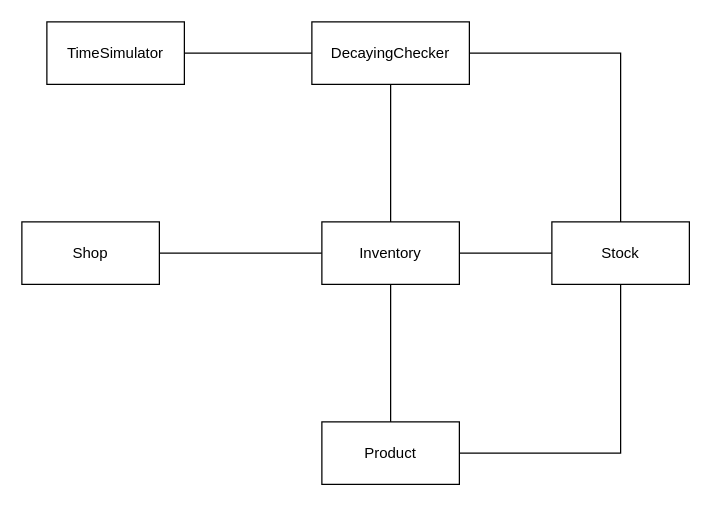
Above: docs/diagrams/DomainModel.drawio in MintBee/HolubSQL (draw.io), before the change. Source tidied: cells renumbered, new cells numbered last; positions are measured from the earlier drawing's top-left corner, leaving out a move shared by most shapes. Both pictures are drawn from the tidied source at 125%, with x=0, y=0 at pixel (21, 21).
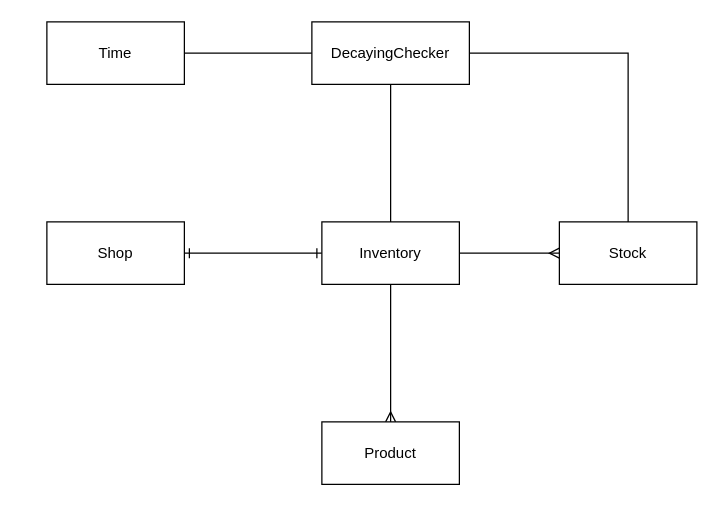
The same page after the edit.

Commit message:
Fix DomainModel to make it more suitable

Change to the diagram source:
```diff
@@
 <mxGraphModel>
   <root>
     <mxCell id="0" />
     <mxCell id="1" parent="0" />
-    <mxCell id="2" style="edgeStyle=orthogonalEdgeStyle;rounded=0;jettySize=auto;html=1;exitX=1;exitY=0.5;exitDx=0;exitDy=0;entryX=0;entryY=0.5;entryDx=0;entryDy=0;endArrow=none;endFill=0;" parent="1" edge="1" source="3" target="6">
+    <mxCell id="2" style="edgeStyle=orthogonalEdgeStyle;rounded=0;jettySize=auto;html=1;exitX=1;exitY=0.5;exitDx=0;exitDy=0;entryX=0;entryY=0.5;entryDx=0;entryDy=0;endArrow=ERone;endFill=0;startArrow=ERone;startFill=0;" parent="1" edge="1" source="3" target="6">
       <mxGeometry relative="1" as="geometry" />
     </mxCell>
     <mxCell id="3" value="Shop" style="html=1;whiteSpace=wrap;" parent="1" vertex="1">
-      <mxGeometry y="160" width="110" height="50" as="geometry" />
+      <mxGeometry x="20" y="160" width="110" height="50" as="geometry" />
     </mxCell>
-    <mxCell id="4" style="edgeStyle=orthogonalEdgeStyle;rounded=0;jettySize=auto;html=1;exitX=0.5;exitY=1;exitDx=0;exitDy=0;entryX=0.5;entryY=0;entryDx=0;entryDy=0;endArrow=none;endFill=0;" parent="1" edge="1" source="6" target="8">
+    <mxCell id="4" style="edgeStyle=orthogonalEdgeStyle;rounded=0;jettySize=auto;html=1;exitX=0.5;exitY=1;exitDx=0;exitDy=0;entryX=0.5;entryY=0;entryDx=0;entryDy=0;endArrow=ERmany;endFill=0;" parent="1" edge="1" source="6" target="8">
       <mxGeometry relative="1" as="geometry" />
     </mxCell>
-    <mxCell id="5" style="edgeStyle=orthogonalEdgeStyle;rounded=0;jettySize=auto;html=1;endArrow=none;endFill=0;" parent="1" edge="1" source="6" target="9">
+    <mxCell id="5" style="edgeStyle=orthogonalEdgeStyle;rounded=0;jettySize=auto;html=1;endArrow=ERmany;endFill=0;" parent="1" edge="1" source="6" target="9">
       <mxGeometry relative="1" as="geometry" />
     </mxCell>
     <mxCell id="6" value="Inventory" style="html=1;whiteSpace=wrap;" parent="1" vertex="1">
       <mxGeometry x="240" y="160" width="110" height="50" as="geometry" />
     </mxCell>
-    <mxCell id="7" style="edgeStyle=orthogonalEdgeStyle;rounded=0;jettySize=auto;html=1;exitX=1;exitY=0.5;exitDx=0;exitDy=0;entryX=0.5;entryY=1;entryDx=0;entryDy=0;endArrow=none;endFill=0;" parent="1" edge="1" source="8" target="9">
-      <mxGeometry relative="1" as="geometry" />
-    </mxCell>
     <mxCell id="8" value="Product" style="html=1;whiteSpace=wrap;" parent="1" vertex="1">
       <mxGeometry x="240" y="320" width="110" height="50" as="geometry" />
     </mxCell>
     <mxCell id="9" value="Stock" style="html=1;whiteSpace=wrap;" parent="1" vertex="1">
-      <mxGeometry x="424" y="160" width="110" height="50" as="geometry" />
+      <mxGeometry x="430" y="160" width="110" height="50" as="geometry" />
     </mxCell>
     <mxCell id="10" style="edgeStyle=orthogonalEdgeStyle;rounded=0;jettySize=auto;html=1;exitX=1;exitY=0.5;exitDx=0;exitDy=0;entryX=0;entryY=0.5;entryDx=0;entryDy=0;endArrow=none;endFill=0;" parent="1" edge="1" source="11" target="14">
       <mxGeometry relative="1" as="geometry" />
     </mxCell>
-    <mxCell id="11" value="TimeSimulator" style="html=1;whiteSpace=wrap;" parent="1" vertex="1">
+    <mxCell id="11" value="Time" style="html=1;whiteSpace=wrap;" parent="1" vertex="1">
       <mxGeometry x="20" width="110" height="50" as="geometry" />
     </mxCell>
     <mxCell id="12" style="edgeStyle=orthogonalEdgeStyle;rounded=0;jettySize=auto;html=1;exitX=0.5;exitY=1;exitDx=0;exitDy=0;entryX=0.5;entryY=0;entryDx=0;entryDy=0;endArrow=none;endFill=0;" parent="1" edge="1" source="14" target="6">
       <mxGeometry relative="1" as="geometry" />
     </mxCell>
     <mxCell id="13" style="edgeStyle=orthogonalEdgeStyle;rounded=0;jettySize=auto;html=1;exitX=1;exitY=0.5;exitDx=0;exitDy=0;entryX=0.5;entryY=0;entryDx=0;entryDy=0;endArrow=none;endFill=0;" parent="1" edge="1" source="14" target="9">
       <mxGeometry relative="1" as="geometry" />
     </mxCell>
     <mxCell id="14" value="DecayingChecker" style="html=1;whiteSpace=wrap;" parent="1" vertex="1">
       <mxGeometry x="232" width="126" height="50" as="geometry" />
     </mxCell>
   </root>
 </mxGraphModel>
```
